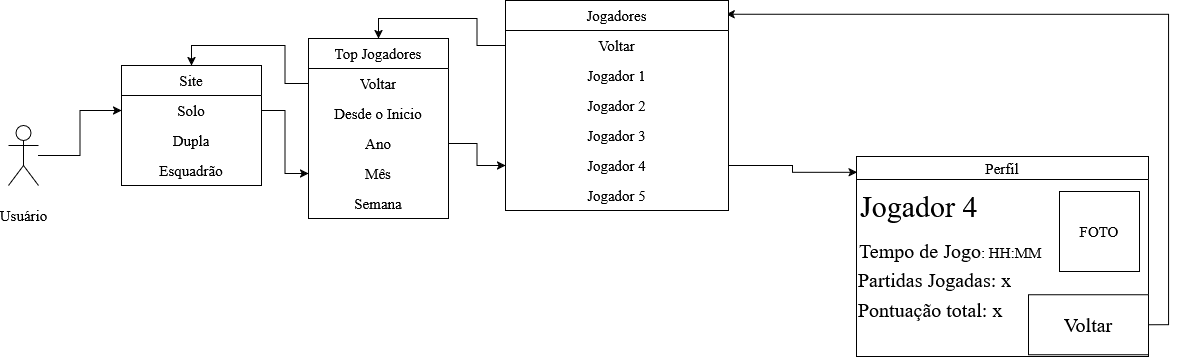
The draw.io diagram Diagrama de Interação.png in SkylerRedwave/projetoMarcioSegundoSemestre, before a commit. Source tidied: cells renumbered, new cells last; positions are measured from the earlier drawing's top-left corner, leaving out a move shared by most shapes.
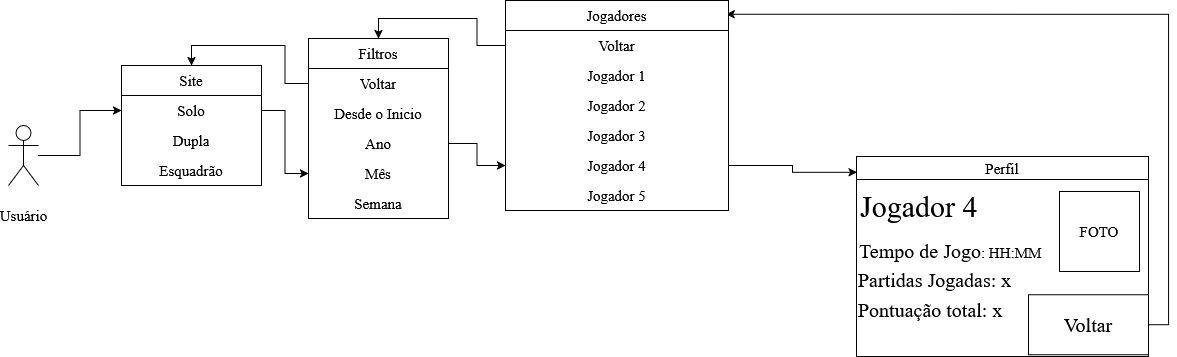
Later version of the same file.

Diff of the diagram source:
```diff
@@ -20,7 +20,7 @@
     <mxCell id="7" value="&lt;div&gt;Esquadrão&lt;/div&gt;" style="text;strokeColor=none;fillColor=none;align=center;verticalAlign=middle;spacingLeft=4;spacingRight=4;overflow=hidden;whiteSpace=wrap;html=1;fontFamily=Times New Roman;fontSize=15;fontColor=default;fontStyle=0;" parent="4" vertex="1">
       <mxGeometry y="90" width="140" height="30" as="geometry" />
     </mxCell>
-    <mxCell id="8" value="Top Jogadores" style="swimlane;fontStyle=0;horizontal=1;startSize=30;whiteSpace=wrap;html=1;fontFamily=Times New Roman;fontSize=15;fontColor=default;align=center;verticalAlign=middle;" parent="1" vertex="1">
+    <mxCell id="8" value="&lt;div&gt;Filtros&lt;/div&gt;" style="swimlane;fontStyle=0;horizontal=1;startSize=30;whiteSpace=wrap;html=1;fontFamily=Times New Roman;fontSize=15;fontColor=default;align=center;verticalAlign=middle;" parent="1" vertex="1">
       <mxGeometry x="300" y="38" width="140" height="180" as="geometry" />
     </mxCell>
     <mxCell id="9" value="Voltar" style="text;strokeColor=none;fillColor=none;align=center;verticalAlign=middle;spacingLeft=4;spacingRight=4;overflow=hidden;points=[[0,0.5],[1,0.5]];portConstraint=eastwest;whiteSpace=wrap;html=1;fontFamily=Times New Roman;fontSize=15;fontColor=default;fontStyle=0;" parent="8" vertex="1">
```
